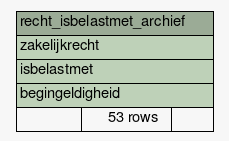
Above: datamodel/schemaspy/brk/diagrams/summary/recht_isbelastmet_archief.1degree.png in B3Partners/brmo (Graphviz), before the change. Its source is kept beside it as datamodel/schemaspy/brk/diagrams/summary/recht_isbelastmet_archief.1degree.dot.
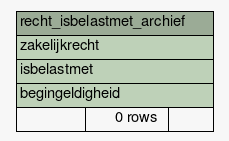
The same file after the commit.

The edit, as a diff of the source:
```diff
@@ -22,7 +22,7 @@
       <TR><TD PORT="zakelijkrecht" COLSPAN="3" BGCOLOR="#bed1b8" ALIGN="LEFT">zakelijkrecht</TD></TR>
       <TR><TD PORT="isbelastmet" COLSPAN="3" BGCOLOR="#bed1b8" ALIGN="LEFT">isbelastmet</TD></TR>
       <TR><TD PORT="begingeldigheid" COLSPAN="3" BGCOLOR="#bed1b8" ALIGN="LEFT">begingeldigheid</TD></TR>
-      <TR><TD ALIGN="LEFT" BGCOLOR="#f7f7f7">  </TD><TD ALIGN="RIGHT" BGCOLOR="#f7f7f7">53 rows</TD><TD ALIGN="RIGHT" BGCOLOR="#f7f7f7">  </TD></TR>
+      <TR><TD ALIGN="LEFT" BGCOLOR="#f7f7f7">  </TD><TD ALIGN="RIGHT" BGCOLOR="#f7f7f7">0 rows</TD><TD ALIGN="RIGHT" BGCOLOR="#f7f7f7">  </TD></TR>
     </TABLE>>
     URL="tables/recht_isbelastmet_archief.html"
     tooltip="recht_isbelastmet_archief"
```
